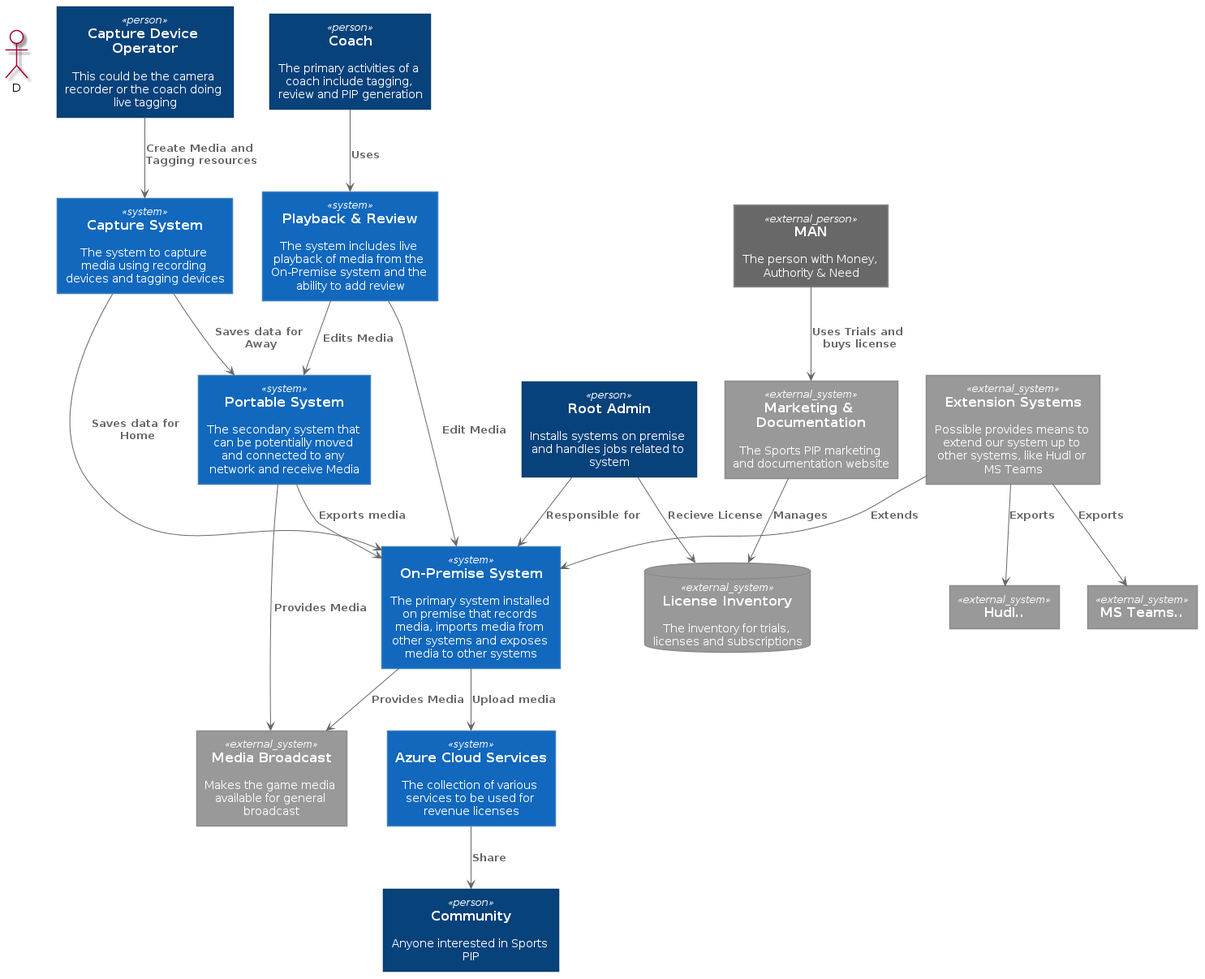
Above: out/context/context.png in manish-drake/sportspiparch (PlantUML), before the change.
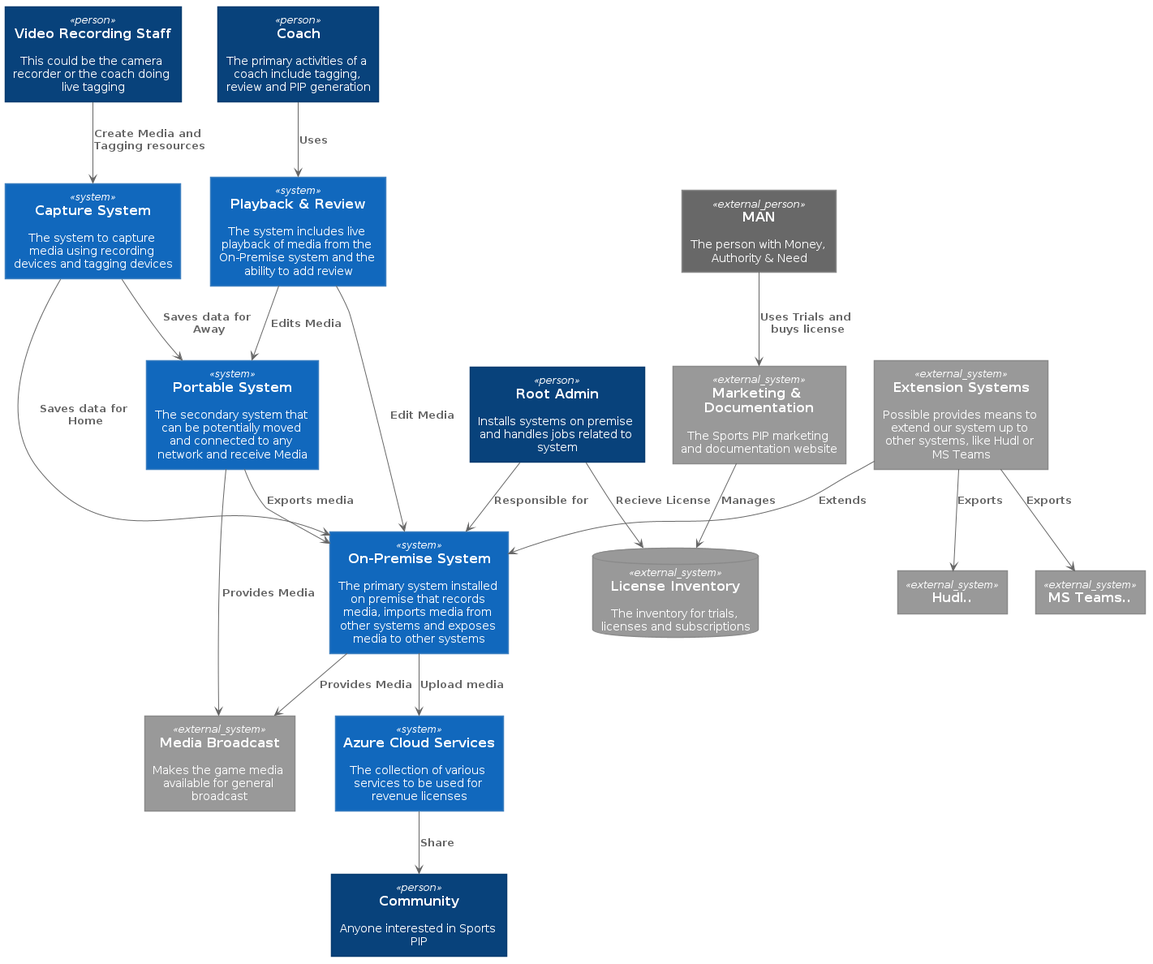
The same file after the commit.

Diff of the diagram source:
```diff
@@ -1,10 +1,9 @@
 @startuml context
-!includeurl https://raw.githubusercontent.com/RicardoNiepel/C4-PlantUML/master/C4_Component.puml
 
-LAYOUT_TOP_DOWN
-#LAYOUT_WITH_LEGEND
+!include C4_Component.puml
 
-Person(capUser, "Capture Device Operator", "This could be the camera recorder or the coach doing live tagging")
+
+Person(capUser, "Video Recording Staff", "This could be the camera recorder or the coach doing live tagging")
 System(captureSystem, "Capture System", "The system to capture media using recording devices and tagging devices")
 Rel(capUser, captureSystem, "Create Media and Tagging resources")
 
```
